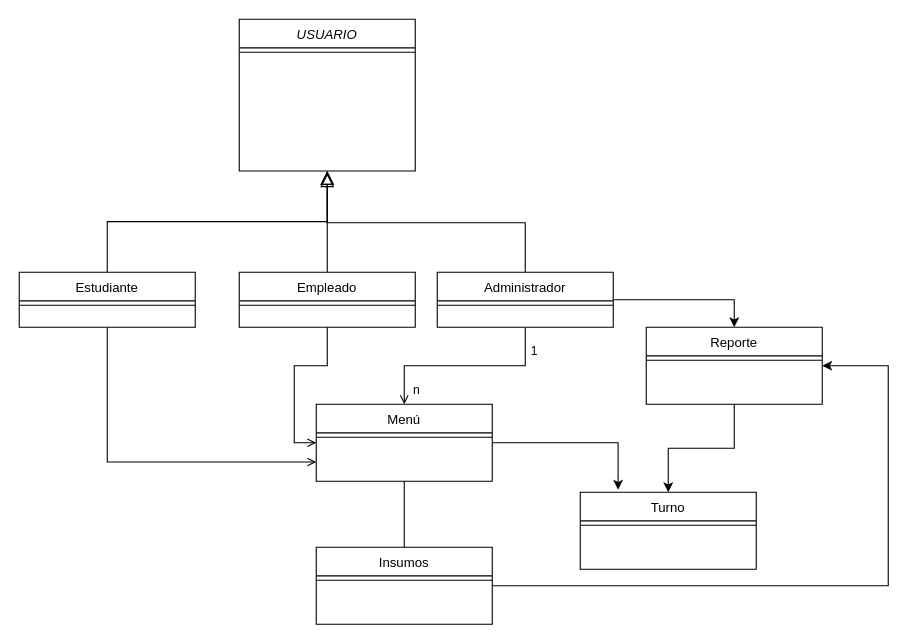
RayQueen/ucv-diner-system keeps this draw.io diagram as docs/ModeloDeNegocios/DomainModel.drawio. Above is the earlier version. Source tidied: cells renumbered, new cells numbered last; positions are measured from the earlier drawing's top-left corner, leaving out a move shared by most shapes. Both pictures are drawn from the tidied source at 110%, with x=0, y=0 at pixel (19, 19).
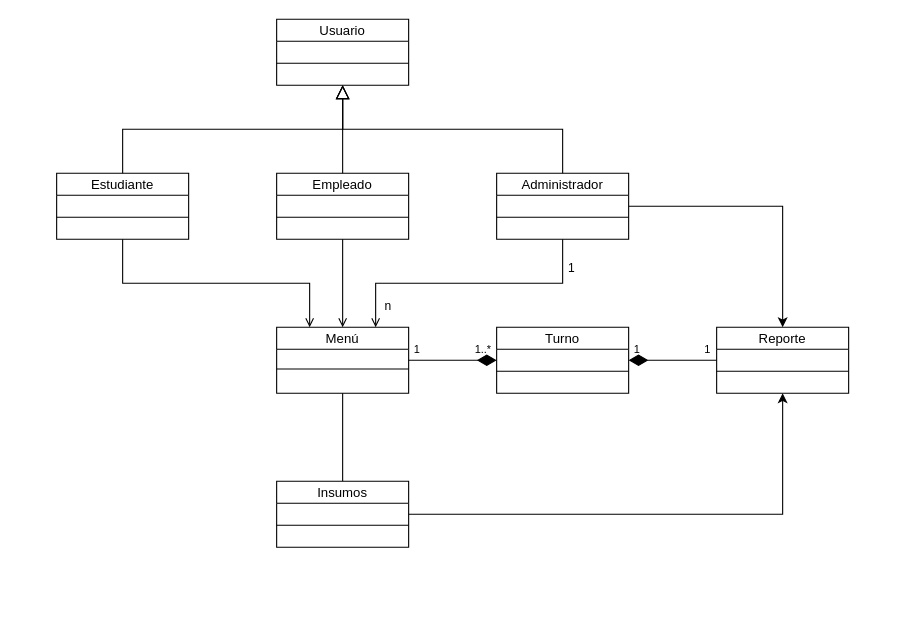
Above is the later version.

Commit message (it also covers changes not shown here):
feat(domain model): added term glossary

Change to the diagram source:
```diff
@@
-    <mxCell id="2" value="USUARIO" style="swimlane;fontStyle=2;align=center;verticalAlign=top;horizontal=1;startSize=26;rounded=0;shadow=0;strokeWidth=1;" parent="1" vertex="1">
-      <mxGeometry x="200" width="160" height="138" as="geometry" />
+    <mxCell id="2" value="Usuario" style="swimlane;fontStyle=0;align=center;verticalAlign=middle;horizontal=1;startSize=20;rounded=0;shadow=0;strokeWidth=1;" parent="1" vertex="1">
+      <mxGeometry x="234" width="120" height="60" as="geometry" />
     </mxCell>
     <mxCell id="3" style="line;html=1;strokeWidth=1;align=left;verticalAlign=middle;spacingTop=-1;spacingLeft=3;spacingRight=3;labelPosition=right;" parent="2" vertex="1">
-      <mxGeometry y="26" width="160" height="8" as="geometry" />
+      <mxGeometry y="20" width="120" height="40" as="geometry" />
     </mxCell>
-    <mxCell id="4" style="edgeStyle=orthogonalEdgeStyle;rounded=0;jettySize=auto;html=1;exitX=0.5;exitY=1;exitDx=0;exitDy=0;entryX=0;entryY=0.75;entryDx=0;entryDy=0;endArrow=open;endFill=0;" parent="1" edge="1" source="5" target="22">
+    <mxCell id="4" style="edgeStyle=orthogonalEdgeStyle;rounded=0;jettySize=auto;html=1;exitX=0.5;exitY=1;exitDx=0;exitDy=0;entryX=0.25;entryY=0;entryDx=0;entryDy=0;endArrow=open;endFill=0;" parent="1" edge="1" source="5" target="22">
       <mxGeometry relative="1" as="geometry" />
     </mxCell>
-    <mxCell id="5" value="Estudiante" style="swimlane;fontStyle=0;align=center;verticalAlign=top;horizontal=1;startSize=26;rounded=0;shadow=0;strokeWidth=1;" parent="1" vertex="1">
-      <mxGeometry y="230" width="160" height="50" as="geometry" />
+    <mxCell id="5" value="Estudiante" style="swimlane;fontStyle=0;align=center;verticalAlign=middle;horizontal=1;startSize=20;rounded=0;shadow=0;strokeWidth=1;" parent="1" vertex="1">
+      <mxGeometry x="34" y="140" width="120" height="60" as="geometry" />
     </mxCell>
     <mxCell id="6" style="line;html=1;strokeWidth=1;align=left;verticalAlign=middle;spacingTop=-1;spacingLeft=3;spacingRight=3;labelPosition=right;" parent="5" vertex="1">
-      <mxGeometry y="26" width="160" height="8" as="geometry" />
+      <mxGeometry y="20" width="120" height="40" as="geometry" />
     </mxCell>
@@
-    <mxCell id="8" style="edgeStyle=orthogonalEdgeStyle;rounded=0;jettySize=auto;html=1;exitX=0.5;exitY=1;exitDx=0;exitDy=0;entryX=0;entryY=0.5;entryDx=0;entryDy=0;endArrow=open;endFill=0;" parent="1" edge="1" source="9" target="22">
+    <mxCell id="8" style="edgeStyle=orthogonalEdgeStyle;rounded=0;jettySize=auto;html=1;exitX=0.5;exitY=1;exitDx=0;exitDy=0;entryX=0.5;entryY=0;entryDx=0;entryDy=0;endArrow=open;endFill=0;" parent="1" edge="1" source="9" target="22">
       <mxGeometry relative="1" as="geometry" />
     </mxCell>
-    <mxCell id="9" value="Empleado" style="swimlane;fontStyle=0;align=center;verticalAlign=top;horizontal=1;startSize=26;rounded=0;shadow=0;strokeWidth=1;" parent="1" vertex="1">
-      <mxGeometry x="200" y="230" width="160" height="50" as="geometry" />
+    <mxCell id="9" value="Empleado" style="swimlane;fontStyle=0;align=center;verticalAlign=middle;horizontal=1;startSize=20;rounded=0;shadow=0;strokeWidth=1;" parent="1" vertex="1">
+      <mxGeometry x="234" y="140" width="120" height="60" as="geometry" />
     </mxCell>
     <mxCell id="10" style="line;html=1;strokeWidth=1;align=left;verticalAlign=middle;spacingTop=-1;spacingLeft=3;spacingRight=3;labelPosition=right;" parent="9" vertex="1">
-      <mxGeometry y="26" width="160" height="8" as="geometry" />
+      <mxGeometry y="20" width="120" height="40" as="geometry" />
     </mxCell>
@@
-    <mxCell id="12" style="edgeStyle=orthogonalEdgeStyle;rounded=0;jettySize=auto;html=1;exitX=0.5;exitY=1;exitDx=0;exitDy=0;entryX=0.5;entryY=0;entryDx=0;entryDy=0;strokeColor=default;endArrow=open;startFill=0;endFill=0;" parent="1" edge="1" source="16" target="22">
+    <mxCell id="12" style="edgeStyle=orthogonalEdgeStyle;rounded=0;jettySize=auto;html=1;exitX=0.5;exitY=1;exitDx=0;exitDy=0;entryX=0.75;entryY=0;entryDx=0;entryDy=0;strokeColor=default;endArrow=open;startFill=0;endFill=0;" parent="1" edge="1" source="16" target="22">
       <mxGeometry relative="1" as="geometry" />
     </mxCell>
@@
-    <mxCell id="16" value="Administrador" style="swimlane;fontStyle=0;align=center;verticalAlign=top;horizontal=1;startSize=26;rounded=0;shadow=0;strokeWidth=1;" parent="1" vertex="1">
-      <mxGeometry x="380" y="230" width="160" height="50" as="geometry" />
+    <mxCell id="16" value="Administrador" style="swimlane;fontStyle=0;align=center;verticalAlign=middle;horizontal=1;startSize=20;rounded=0;shadow=0;strokeWidth=1;" parent="1" vertex="1">
+      <mxGeometry x="434" y="140" width="120" height="60" as="geometry" />
     </mxCell>
     <mxCell id="17" style="line;html=1;strokeWidth=1;align=left;verticalAlign=middle;spacingTop=-1;spacingLeft=3;spacingRight=3;labelPosition=right;" parent="16" vertex="1">
-      <mxGeometry y="26" width="160" height="8" as="geometry" />
+      <mxGeometry y="20" width="120" height="40" as="geometry" />
     </mxCell>
-    <mxCell id="18" style="endArrow=block;endSize=10;endFill=0;shadow=0;strokeWidth=1;rounded=0;curved=0;edgeStyle=elbowEdgeStyle;elbow=vertical;exitX=0.5;exitY=0;exitDx=0;exitDy=0;" parent="1" edge="1" source="16">
-      <mxGeometry relative="1" as="geometry">
-        <mxPoint x="280" y="140" as="targetPoint" />
-      </mxGeometry>
+    <mxCell id="18" style="endArrow=block;endSize=10;endFill=0;shadow=0;strokeWidth=1;rounded=0;curved=0;edgeStyle=elbowEdgeStyle;elbow=vertical;exitX=0.5;exitY=0;exitDx=0;exitDy=0;entryX=0.5;entryY=1;entryDx=0;entryDy=0;" parent="1" edge="1" source="16" target="2">
+      <mxGeometry relative="1" as="geometry" />
     </mxCell>
-    <mxCell id="19" style="edgeStyle=orthogonalEdgeStyle;rounded=0;jettySize=auto;html=1;exitX=0.5;exitY=1;exitDx=0;exitDy=0;entryX=0.5;entryY=0;entryDx=0;entryDy=0;" parent="1" edge="1" source="29" target="24">
+    <mxCell id="19" style="edgeStyle=orthogonalEdgeStyle;rounded=0;jettySize=auto;html=1;exitX=0;exitY=0.5;exitDx=0;exitDy=0;entryX=1;entryY=0.5;entryDx=0;entryDy=0;endSize=15;endArrow=diamondThin;endFill=1;" parent="1" edge="1" source="29" target="24">
       <mxGeometry relative="1" as="geometry" />
     </mxCell>
@@
-    <mxCell id="21" style="edgeStyle=orthogonalEdgeStyle;rounded=0;jettySize=auto;html=1;exitX=1;exitY=0.5;exitDx=0;exitDy=0;entryX=0.215;entryY=-0.033;entryDx=0;entryDy=0;entryPerimeter=0;" parent="1" edge="1" source="22" target="24">
-      <mxGeometry relative="1" as="geometry" />
+    <mxCell id="21" style="edgeStyle=orthogonalEdgeStyle;rounded=0;jettySize=auto;html=1;exitX=1;exitY=0.5;exitDx=0;exitDy=0;endArrow=diamondThin;endFill=1;endSize=15;" parent="1" edge="1" source="22">
+      <mxGeometry relative="1" as="geometry">
+        <mxPoint x="434" y="310" as="targetPoint" />
+      </mxGeometry>
     </mxCell>
-    <mxCell id="22" value="Menú" style="swimlane;fontStyle=0;align=center;verticalAlign=top;horizontal=1;startSize=26;rounded=0;shadow=0;strokeWidth=1;" parent="1" vertex="1">
-      <mxGeometry x="270" y="350" width="160" height="70" as="geometry" />
+    <mxCell id="22" value="Menú" style="swimlane;fontStyle=0;align=center;verticalAlign=middle;horizontal=1;startSize=20;rounded=0;shadow=0;strokeWidth=1;" parent="1" vertex="1">
+      <mxGeometry x="234" y="280" width="120" height="60" as="geometry" />
     </mxCell>
     <mxCell id="23" style="line;html=1;strokeWidth=1;align=left;verticalAlign=middle;spacingTop=-1;spacingLeft=3;spacingRight=3;labelPosition=right;" parent="22" vertex="1">
-      <mxGeometry y="26" width="160" height="8" as="geometry" />
+      <mxGeometry y="20" width="120" height="36" as="geometry" />
     </mxCell>
-    <mxCell id="24" value="Turno" style="swimlane;fontStyle=0;align=center;verticalAlign=top;horizontal=1;startSize=26;rounded=0;shadow=0;strokeWidth=1;" parent="1" vertex="1">
-      <mxGeometry x="510" y="430" width="160" height="70" as="geometry" />
+    <mxCell id="24" value="Turno" style="swimlane;fontStyle=0;align=center;verticalAlign=middle;horizontal=1;startSize=20;rounded=0;shadow=0;strokeWidth=1;" parent="1" vertex="1">
+      <mxGeometry x="434" y="280" width="120" height="60" as="geometry" />
     </mxCell>
     <mxCell id="25" style="line;html=1;strokeWidth=1;align=left;verticalAlign=middle;spacingTop=-1;spacingLeft=3;spacingRight=3;labelPosition=right;" parent="24" vertex="1">
-      <mxGeometry y="26" width="160" height="8" as="geometry" />
+      <mxGeometry y="20" width="120" height="40" as="geometry" />
     </mxCell>
-    <mxCell id="26" style="edgeStyle=orthogonalEdgeStyle;rounded=0;jettySize=auto;html=1;exitX=1;exitY=0.5;exitDx=0;exitDy=0;entryX=1;entryY=0.5;entryDx=0;entryDy=0;" parent="1" edge="1" source="27" target="29">
-      <mxGeometry relative="1" as="geometry">
-        <Array as="points">
-          <mxPoint x="790" y="515" />
-          <mxPoint x="790" y="315" />
-        </Array>
-      </mxGeometry>
+    <mxCell id="26" style="edgeStyle=orthogonalEdgeStyle;html=1;exitX=1;exitY=0.5;exitDx=0;exitDy=0;entryX=0.5;entryY=1;entryDx=0;entryDy=0;fontFamily=Helvetica;fontSize=12;fontColor=default;fontStyle=0;rounded=0;curved=0;" parent="1" edge="1" source="27" target="29">
+      <mxGeometry relative="1" as="geometry" />
     </mxCell>
-    <mxCell id="27" value="Insumos" style="swimlane;fontStyle=0;align=center;verticalAlign=top;horizontal=1;startSize=26;rounded=0;shadow=0;strokeWidth=1;" parent="1" vertex="1">
-      <mxGeometry x="270" y="480" width="160" height="70" as="geometry" />
+    <mxCell id="27" value="Insumos" style="swimlane;fontStyle=0;align=center;verticalAlign=middle;horizontal=1;startSize=20;rounded=0;shadow=0;strokeWidth=1;" parent="1" vertex="1">
+      <mxGeometry x="234" y="420" width="120" height="60" as="geometry" />
     </mxCell>
     <mxCell id="28" style="line;html=1;strokeWidth=1;align=left;verticalAlign=middle;spacingTop=-1;spacingLeft=3;spacingRight=3;labelPosition=right;" parent="27" vertex="1">
-      <mxGeometry y="26" width="160" height="8" as="geometry" />
+      <mxGeometry y="20" width="120" height="40" as="geometry" />
     </mxCell>
-    <mxCell id="29" value="Reporte" style="swimlane;fontStyle=0;align=center;verticalAlign=top;horizontal=1;startSize=26;rounded=0;shadow=0;strokeWidth=1;" parent="1" vertex="1">
-      <mxGeometry x="570" y="280" width="160" height="70" as="geometry" />
+    <mxCell id="29" value="Reporte" style="swimlane;fontStyle=0;align=center;verticalAlign=middle;horizontal=1;startSize=20;rounded=0;shadow=0;strokeWidth=1;" parent="1" vertex="1">
+      <mxGeometry x="634" y="280" width="120" height="60" as="geometry" />
     </mxCell>
     <mxCell id="30" style="line;html=1;strokeWidth=1;align=left;verticalAlign=middle;spacingTop=-1;spacingLeft=3;spacingRight=3;labelPosition=right;" parent="29" vertex="1">
-      <mxGeometry y="26" width="160" height="8" as="geometry" />
+      <mxGeometry y="20" width="120" height="40" as="geometry" />
     </mxCell>
+    <mxCell id="31" value="1..*" style="text;html=1;align=center;verticalAlign=middle;whiteSpace=wrap;rounded=0;fontFamily=Helvetica;fontSize=10;fontColor=default;fontStyle=0;" parent="1" vertex="1">
+      <mxGeometry x="410" y="290" width="24" height="20" as="geometry" />
+    </mxCell>
+    <mxCell id="32" value="1" style="text;html=1;align=center;verticalAlign=middle;whiteSpace=wrap;rounded=0;fontFamily=Helvetica;fontSize=10;fontColor=default;fontStyle=0;" parent="1" vertex="1">
+      <mxGeometry x="354" y="290" width="16" height="20" as="geometry" />
+    </mxCell>
+    <mxCell id="33" value="1" style="text;html=1;align=center;verticalAlign=middle;whiteSpace=wrap;rounded=0;fontFamily=Helvetica;fontSize=10;fontColor=default;fontStyle=0;" parent="1" vertex="1">
+      <mxGeometry x="554" y="290" width="16" height="20" as="geometry" />
+    </mxCell>
+    <mxCell id="34" value="1" style="text;html=1;align=center;verticalAlign=middle;whiteSpace=wrap;rounded=0;fontFamily=Helvetica;fontSize=10;fontColor=default;fontStyle=0;" parent="1" vertex="1">
+      <mxGeometry x="618" y="290" width="16" height="20" as="geometry" />
+    </mxCell>
```
